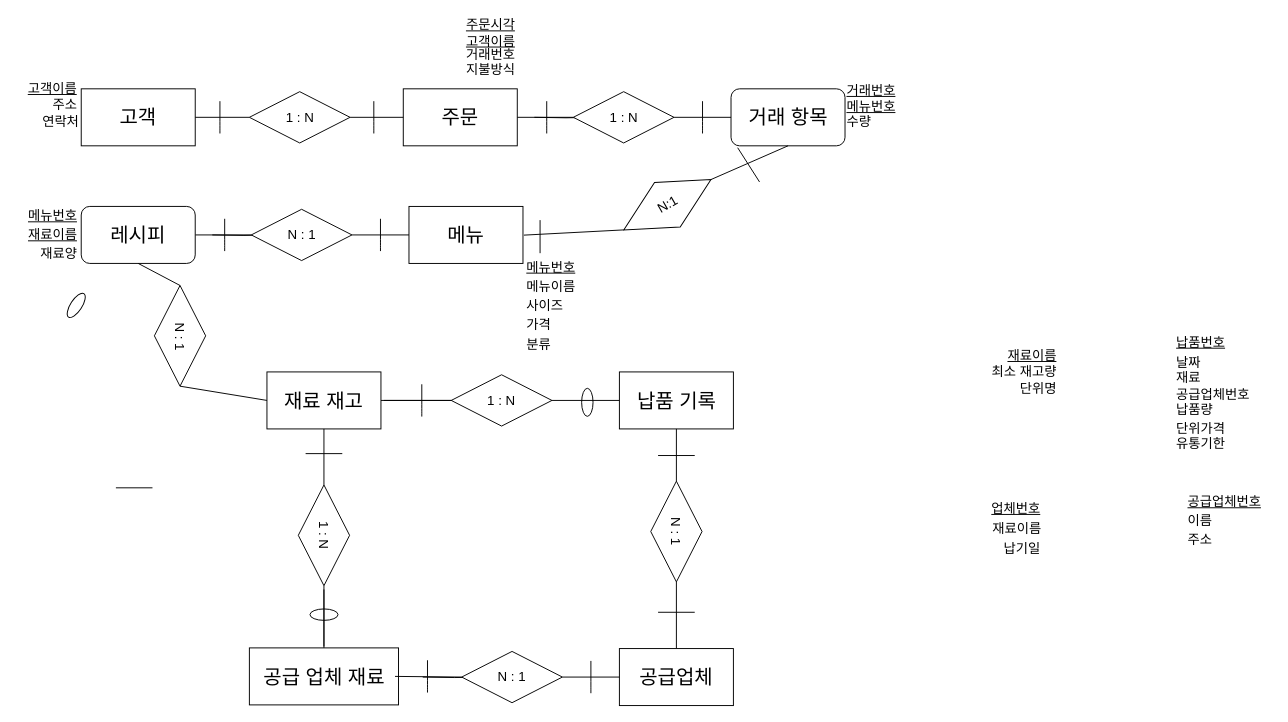
colaH16/diagrams keeps this draw.io diagram as 데이터베이스 ER다이어그램.drawio. Above is the earlier version. Source tidied: cells renumbered, new cells numbered last; positions are measured from the earlier drawing's top-left corner, leaving out a move shared by most shapes. Both pictures are drawn from the tidied source at 95%, with x=0, y=0 at pixel (16, 23).
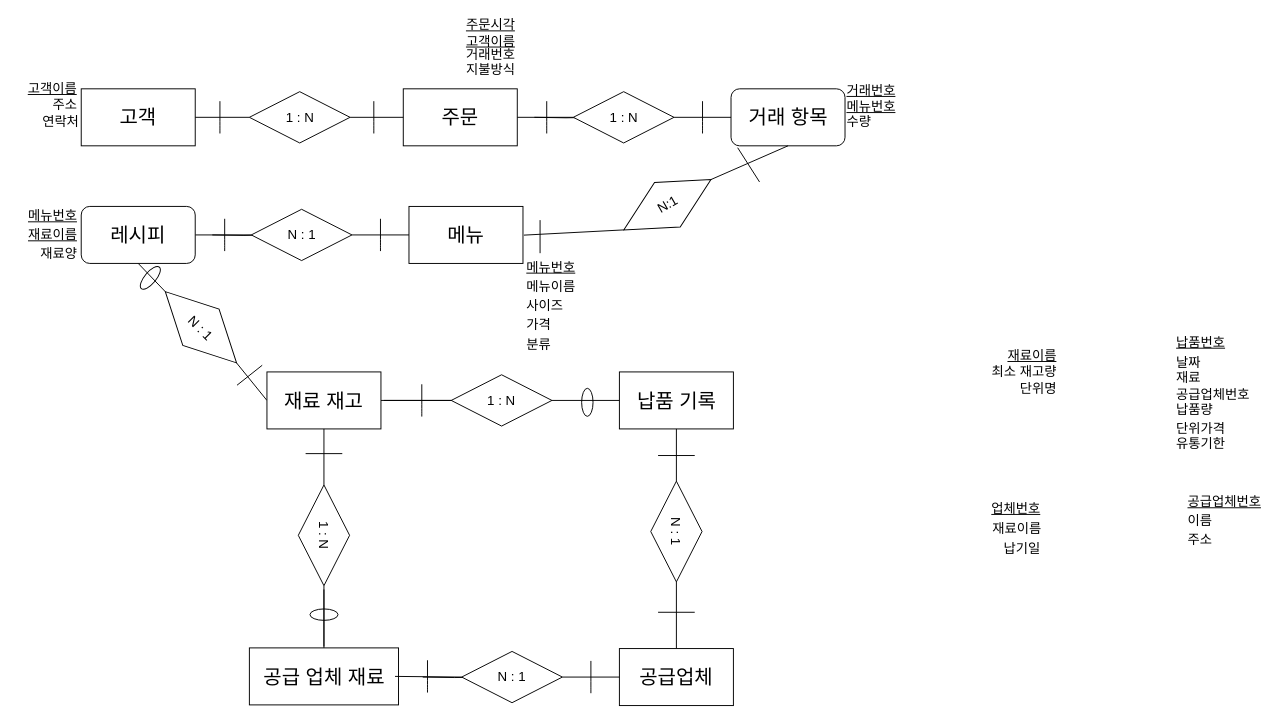
The same diagram, later.

Commit message:
Update 데이터베이스 ER다이어그램.drawio

The edit, as a diff of the source:
```diff
@@
-    <mxCell id="54" style="rhombus;whiteSpace=wrap;html=1;align=right;rotation=90;" parent="1" vertex="1">
-      <mxGeometry x="119" y="302" width="106" height="54" as="geometry" />
+    <mxCell id="54" style="rhombus;whiteSpace=wrap;html=1;align=right;rotation=45;" parent="1" vertex="1">
+      <mxGeometry x="141" y="293" width="106" height="54" as="geometry" />
     </mxCell>
-    <mxCell id="55" value="&lt;span style=&quot;font-size: 14px&quot;&gt;N : 1&lt;/span&gt;" style="text;html=1;strokeColor=none;fillColor=none;align=center;verticalAlign=middle;whiteSpace=wrap;rounded=0;rotation=90;" parent="1" vertex="1">
-      <mxGeometry x="142.6" y="313.9" width="58.4" height="32.1" as="geometry" />
+    <mxCell id="55" value="&lt;span style=&quot;font-size: 14px&quot;&gt;N : 1&lt;/span&gt;" style="text;html=1;strokeColor=none;fillColor=none;align=center;verticalAlign=middle;whiteSpace=wrap;rounded=0;rotation=45;" parent="1" vertex="1">
+      <mxGeometry x="164.6" y="304.9" width="58.4" height="32.1" as="geometry" />
     </mxCell>
@@
     <mxCell id="58" style="endArrow=none;html=1;" parent="1" edge="1">
       <mxGeometry relative="1" as="geometry">
-        <mxPoint x="104.5" y="489" as="sourcePoint" />
-        <mxPoint x="143" y="489" as="targetPoint" />
+        <mxPoint x="232" y="381" as="sourcePoint" />
+        <mxPoint x="258.5" y="360" as="targetPoint" />
       </mxGeometry>
     </mxCell>
-    <mxCell id="59" style="shape=mxgraph.bpmn.shape;html=1;verticalLabelPosition=bottom;labelBackgroundColor=#ffffff;verticalAlign=top;align=center;perimeter=ellipsePerimeter;outline=standard;symbol=general;fillColor=none;rotation=303;direction=west;" parent="1" vertex="1">
-      <mxGeometry x="48" y="291" width="29.5" height="12" as="geometry" />
+    <mxCell id="59" style="shape=mxgraph.bpmn.shape;html=1;verticalLabelPosition=bottom;labelBackgroundColor=#ffffff;verticalAlign=top;align=center;perimeter=ellipsePerimeter;outline=standard;symbol=general;fillColor=none;rotation=310;direction=west;" parent="1" vertex="1">
+      <mxGeometry x="126" y="262" width="29.5" height="12" as="geometry" />
     </mxCell>
```
